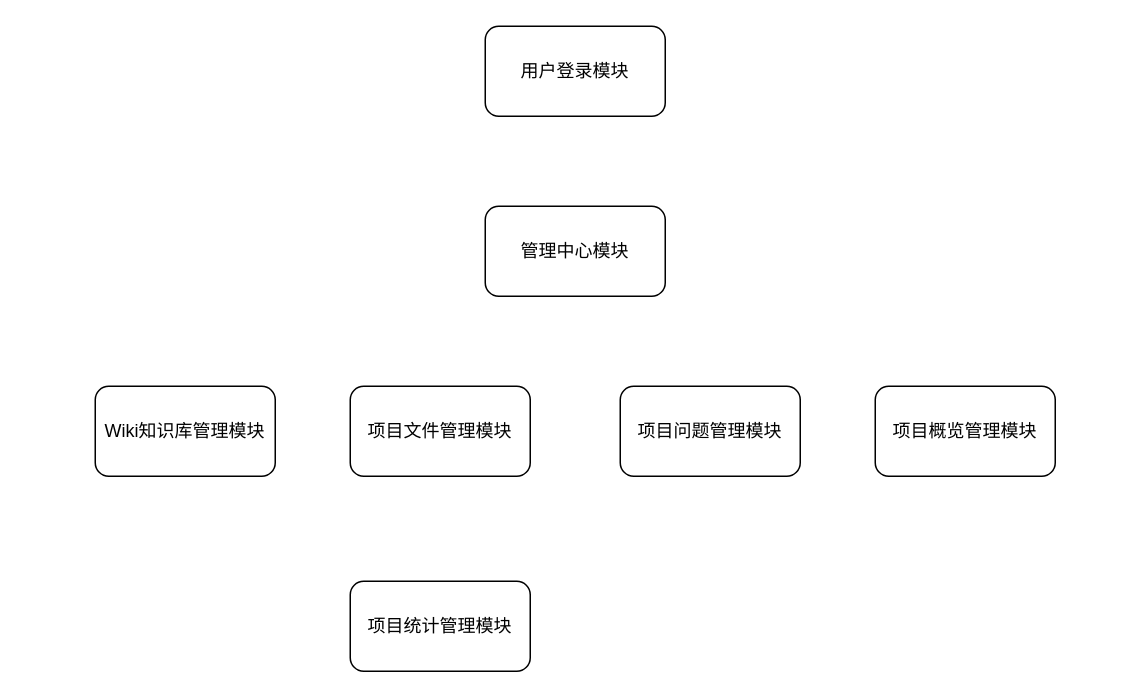
Before: Uproject framework.drawio in wupei-w/diagrams, a draw.io diagram. Source tidied: cells renumbered, new cells numbered last; positions are measured from the earlier drawing's top-left corner, leaving out a move shared by most shapes. Both pictures are drawn from the tidied source at 150%, with x=0, y=0 at pixel (94, 26).
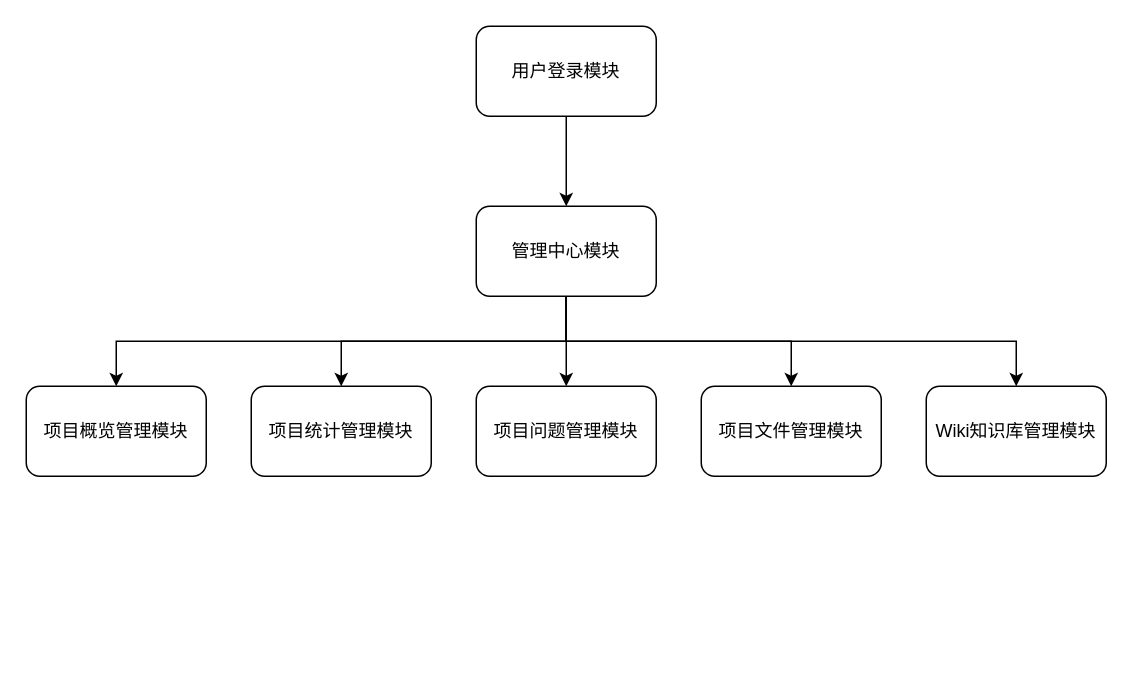
The same diagram, later.

What changed in the source:
```diff
@@
 <mxGraphModel>
   <root>
     <mxCell id="0" />
     <mxCell id="1" parent="0" />
+    <mxCell id="9" style="edgeStyle=orthogonalEdgeStyle;rounded=0;jettySize=auto;html=1;" parent="1" edge="1" source="2" target="3">
+      <mxGeometry relative="1" as="geometry" />
+    </mxCell>
     <mxCell id="2" value="用户登录模块" style="rounded=1;whiteSpace=wrap;html=1;" parent="1" vertex="1">
-      <mxGeometry x="260" width="120" height="60" as="geometry" />
+      <mxGeometry x="254" width="120" height="60" as="geometry" />
     </mxCell>
+    <mxCell id="10" style="edgeStyle=orthogonalEdgeStyle;rounded=0;jettySize=auto;html=1;" parent="1" edge="1" source="3" target="6">
+      <mxGeometry relative="1" as="geometry" />
+    </mxCell>
+    <mxCell id="11" style="edgeStyle=orthogonalEdgeStyle;rounded=0;jettySize=auto;html=1;exitX=0.5;exitY=1;exitDx=0;exitDy=0;entryX=0.5;entryY=0;entryDx=0;entryDy=0;" parent="1" edge="1" source="3" target="8">
+      <mxGeometry relative="1" as="geometry" />
+    </mxCell>
+    <mxCell id="12" style="edgeStyle=orthogonalEdgeStyle;rounded=0;jettySize=auto;html=1;exitX=0.5;exitY=1;exitDx=0;exitDy=0;entryX=0.5;entryY=0;entryDx=0;entryDy=0;" parent="1" edge="1" source="3" target="5">
+      <mxGeometry relative="1" as="geometry" />
+    </mxCell>
+    <mxCell id="13" style="edgeStyle=orthogonalEdgeStyle;rounded=0;jettySize=auto;html=1;exitX=0.5;exitY=1;exitDx=0;exitDy=0;entryX=0.5;entryY=0;entryDx=0;entryDy=0;" parent="1" edge="1" source="3" target="4">
+      <mxGeometry relative="1" as="geometry" />
+    </mxCell>
+    <mxCell id="14" style="edgeStyle=orthogonalEdgeStyle;rounded=0;jettySize=auto;html=1;exitX=0.5;exitY=1;exitDx=0;exitDy=0;entryX=0.5;entryY=0;entryDx=0;entryDy=0;" parent="1" edge="1" source="3" target="7">
+      <mxGeometry relative="1" as="geometry" />
+    </mxCell>
     <mxCell id="3" value="管理中心模块" style="rounded=1;whiteSpace=wrap;html=1;" parent="1" vertex="1">
-      <mxGeometry x="260" y="120" width="120" height="60" as="geometry" />
+      <mxGeometry x="254" y="120" width="120" height="60" as="geometry" />
     </mxCell>
     <mxCell id="4" value="Wiki知识库管理模块" style="rounded=1;whiteSpace=wrap;html=1;" parent="1" vertex="1">
-      <mxGeometry y="240" width="120" height="60" as="geometry" />
+      <mxGeometry x="554" y="240" width="120" height="60" as="geometry" />
     </mxCell>
     <mxCell id="5" value="项目文件管理模块" style="rounded=1;whiteSpace=wrap;html=1;" parent="1" vertex="1">
-      <mxGeometry x="170" y="240" width="120" height="60" as="geometry" />
+      <mxGeometry x="404" y="240" width="120" height="60" as="geometry" />
     </mxCell>
     <mxCell id="6" value="项目问题管理模块" style="rounded=1;whiteSpace=wrap;html=1;" parent="1" vertex="1">
-      <mxGeometry x="350" y="240" width="120" height="60" as="geometry" />
+      <mxGeometry x="254" y="240" width="120" height="60" as="geometry" />
     </mxCell>
     <mxCell id="7" value="项目概览管理模块" style="rounded=1;whiteSpace=wrap;html=1;" parent="1" vertex="1">
-      <mxGeometry x="520" y="240" width="120" height="60" as="geometry" />
+      <mxGeometry x="-46" y="240" width="120" height="60" as="geometry" />
     </mxCell>
     <mxCell id="8" value="项目统计管理模块" style="rounded=1;whiteSpace=wrap;html=1;" parent="1" vertex="1">
-      <mxGeometry x="170" y="370" width="120" height="60" as="geometry" />
+      <mxGeometry x="104" y="240" width="120" height="60" as="geometry" />
     </mxCell>
   </root>
 </mxGraphModel>
```
